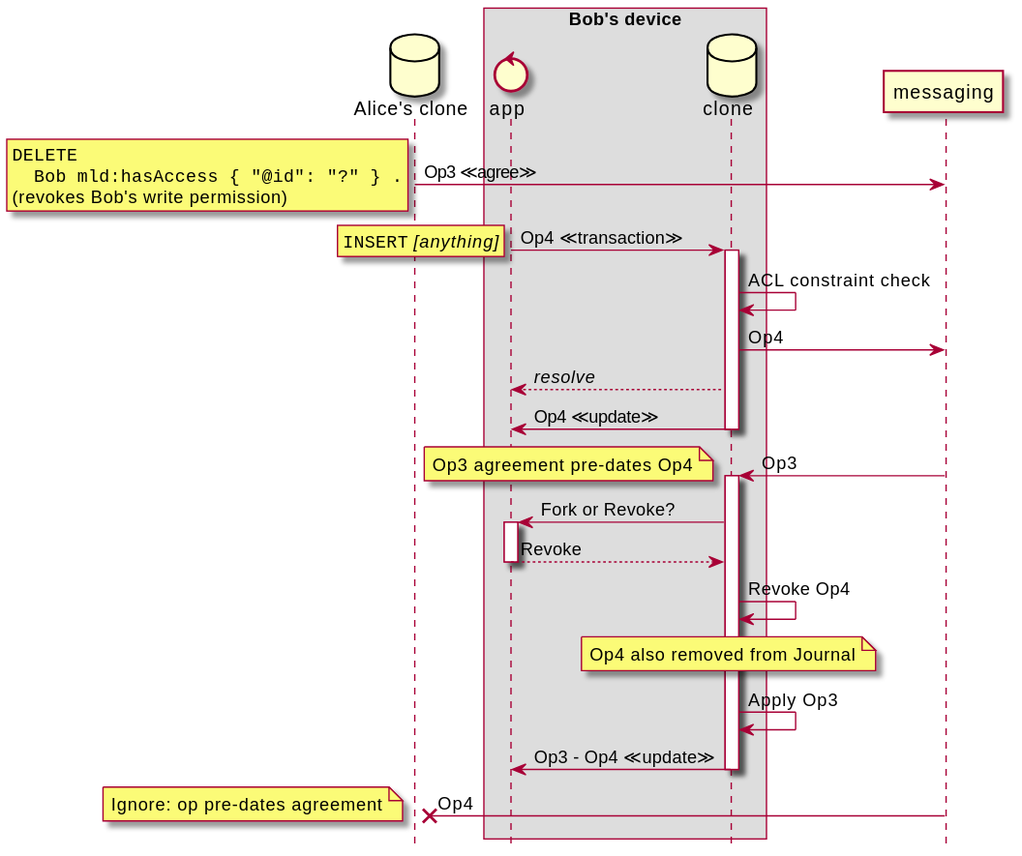
Above: design/img/5-revoke-bob-access.seq.svg in m-ld/m-ld-security-spec (PlantUML), before the change.
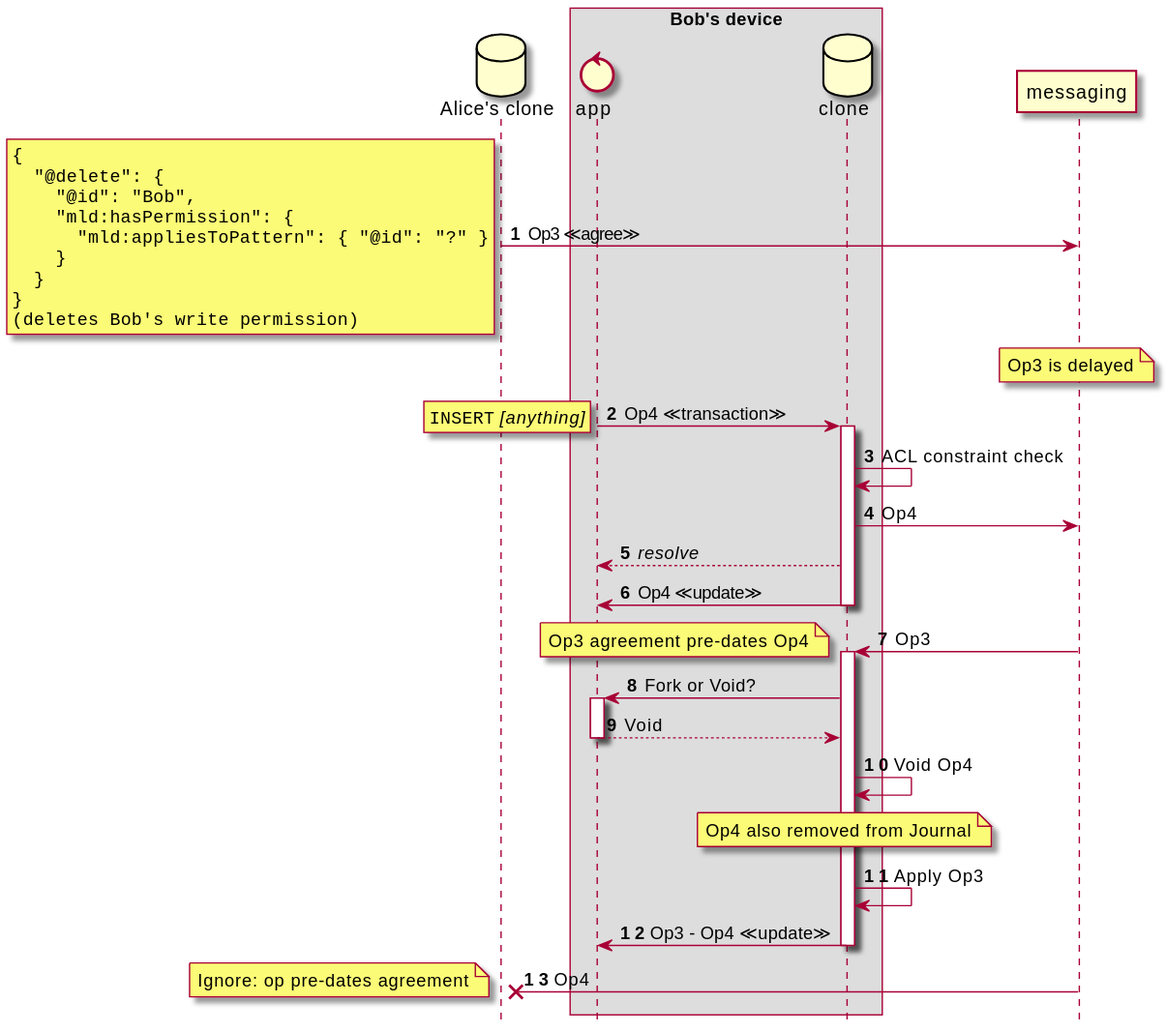
Above is the later version.

What changed in the source:
```diff
@@ -1,5 +1,6 @@
 @startuml
 hide footbox
+autonumber
 
 database "Alice's clone" as genesis
 box Bob's device
@@ -10,10 +11,19 @@
 genesis -> messaging: Op3 ≪agree≫
 rnote left
 <code>
-DELETE
-  Bob mld:hasAccess { "@id": "?" } .
-</code>
-(revokes Bob's write permission)
+{
+  "@delete": {
+    "@id": "Bob",
+    "mld:hasPermission": {
+      "mld:appliesToPattern": { "@id": "?" }
+    }
+  }
+}
+(deletes Bob's write permission)
+end note
+
+note over messaging
+Op3 is delayed
 end note
 
 proc2 -> clone2 ++: Op4 ≪transaction≫
@@ -27,9 +37,9 @@
 
 messaging -> clone2 ++: Op3
 note left: Op3 agreement pre-dates Op4
-clone2 -> proc2 ++: Fork or Revoke?
-proc2 --> clone2 --: Revoke
-clone2 -> clone2: Revoke Op4
+clone2 -> proc2 ++: Fork or Void?
+proc2 --> clone2 --: Void
+clone2 -> clone2: Void Op4
 note over clone2: Op4 also removed from Journal
 clone2 -> clone2: Apply Op3
 clone2 -> proc2 --: Op3 - Op4 ≪update≫
```
